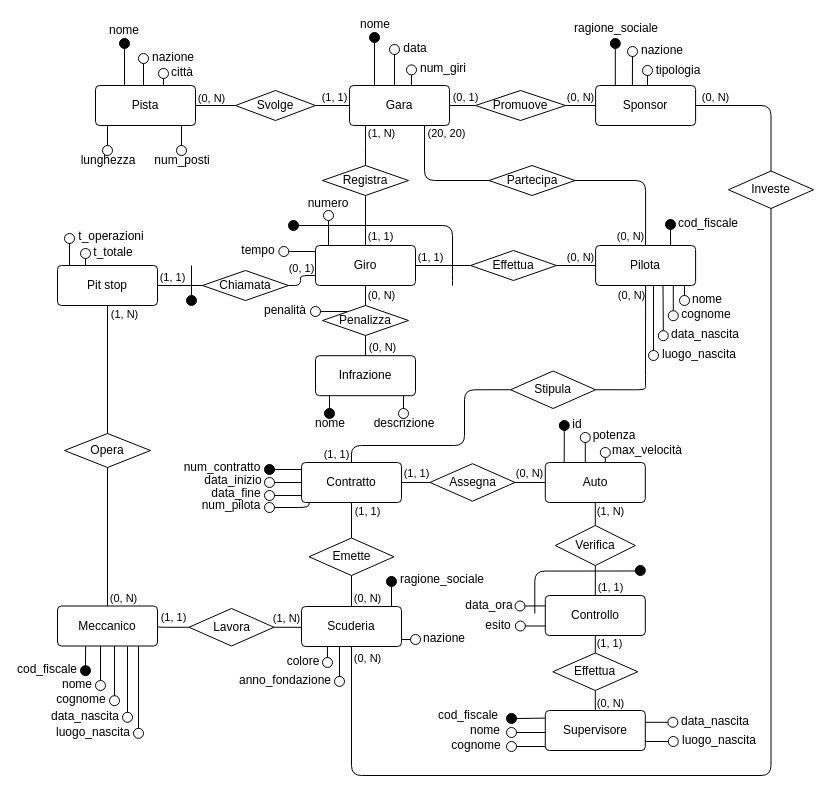
This is er/gare.drawio from NotXia/car-racing, a draw.io file, before an edit. Source tidied: cells renumbered, new cells numbered last; positions are measured from the earlier drawing's top-left corner, leaving out a move shared by most shapes. Both pictures are drawn from the tidied source at 100%, with x=0, y=0 at pixel (17, 19).
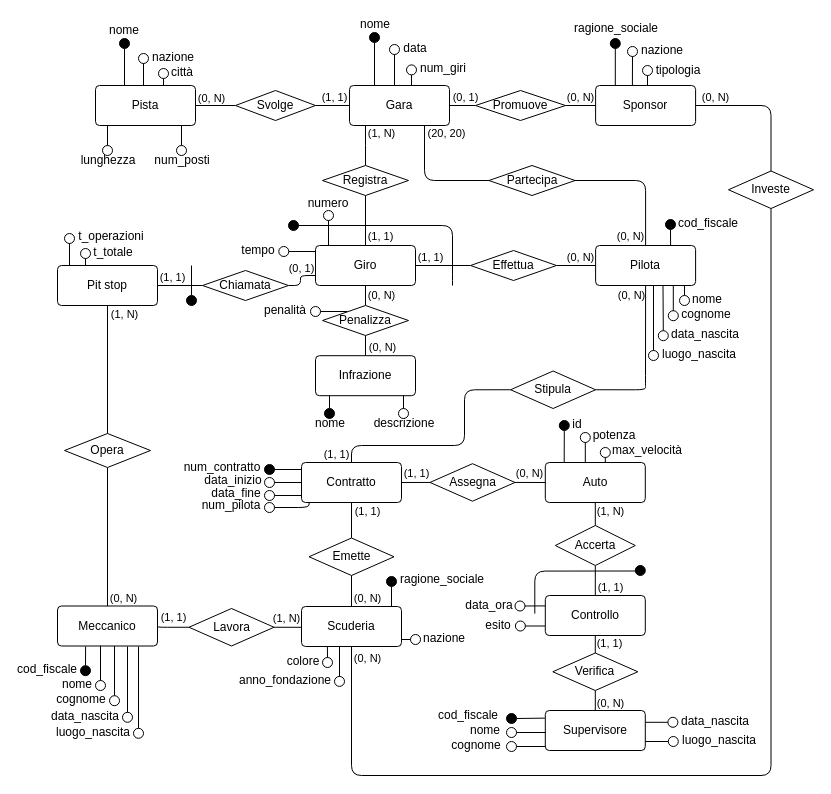
The same page after the edit.

Diff of the diagram source:
```diff
@@
-    <mxCell id="133" value="Verifica" style="shape=rhombus;perimeter=rhombusPerimeter;whiteSpace=wrap;html=1;align=center;fillColor=#FFFFFF;" parent="1" vertex="1">
+    <mxCell id="133" value="Accerta" style="shape=rhombus;perimeter=rhombusPerimeter;whiteSpace=wrap;html=1;align=center;fillColor=#FFFFFF;" parent="1" vertex="1">
       <mxGeometry x="537.8" y="506" width="80" height="40" as="geometry" />
     </mxCell>
@@
-    <mxCell id="164" value="Effettua" style="shape=rhombus;perimeter=rhombusPerimeter;whiteSpace=wrap;html=1;align=center;fillColor=#FFFFFF;" parent="1" vertex="1">
+    <mxCell id="164" value="Verifica" style="shape=rhombus;perimeter=rhombusPerimeter;whiteSpace=wrap;html=1;align=center;fillColor=#FFFFFF;" parent="1" vertex="1">
       <mxGeometry x="535.3" y="633.5" width="85" height="37.5" as="geometry" />
     </mxCell>
```
